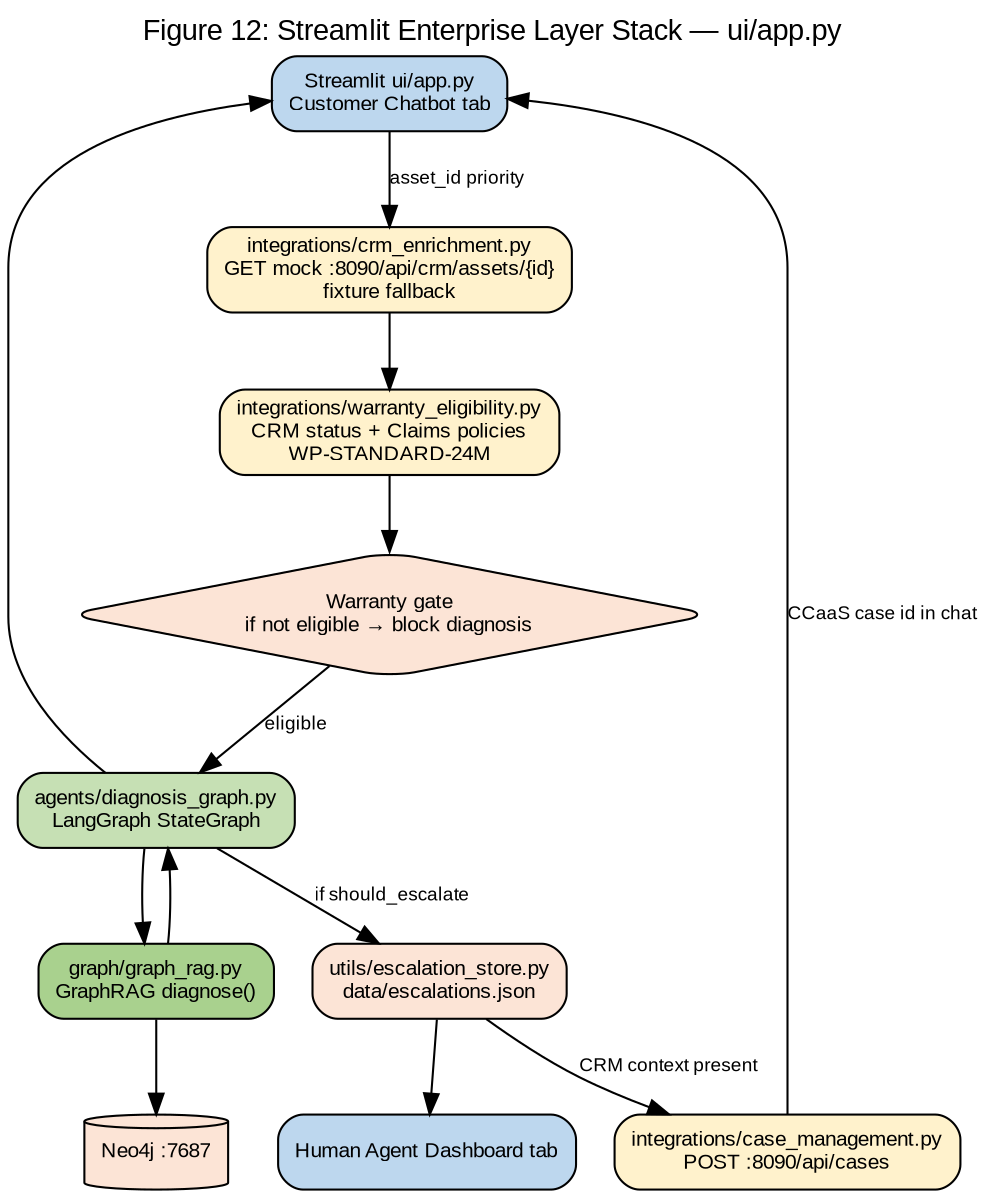
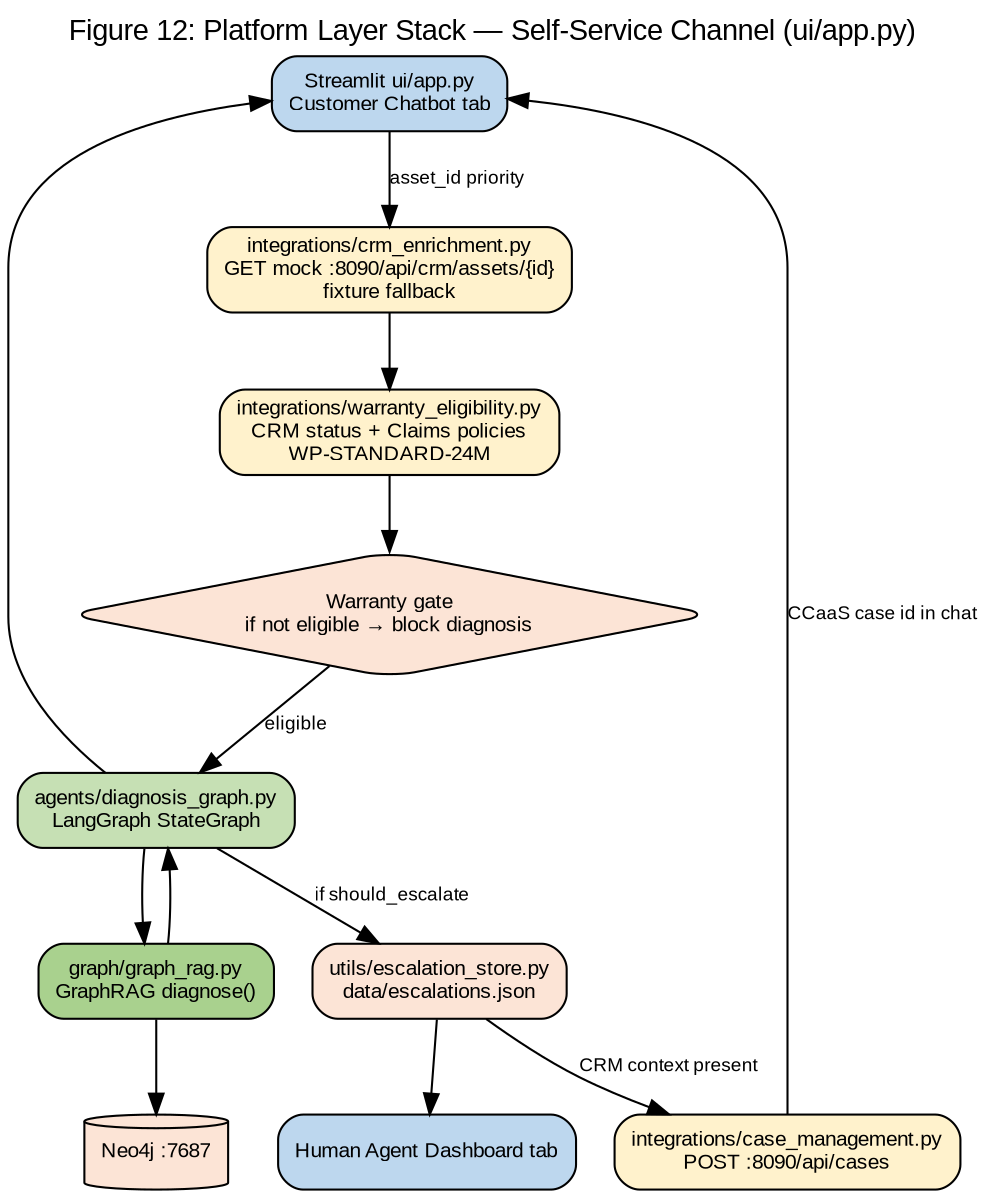
// Figure 12: Streamlit UI enterprise layer stack (ui/app.py)
digraph StreamlitEnterpriseLayers {
  graph [
    rankdir=TB
-     label="Figure 12: Streamlit Enterprise Layer Stack — ui/app.py"
+     label="Figure 12: Platform Layer Stack — Self-Service Channel (ui/app.py)"
    labelloc=t
    fontsize=14
    fontname="Arial"
    bgcolor="white"
  ]
  node [shape=box, style="rounded,filled", fontname="Arial", fontsize=10]
  edge [fontname="Arial", fontsize=9]

  UI [label="Streamlit ui/app.py\nCustomer Chatbot tab", fillcolor="#BDD7EE"]

  CRM [label="integrations/crm_enrichment.py\nGET mock :8090/api/crm/assets/{id}\nfixture fallback", fillcolor="#FFF2CC"]
  WAR [label="integrations/warranty_eligibility.py\nCRM status + Claims policies\nWP-STANDARD-24M", fillcolor="#FFF2CC"]
  GATE [label="Warranty gate\nif not eligible → block diagnosis", shape=diamond, fillcolor="#FCE4D6"]

  LG [label="agents/diagnosis_graph.py\nLangGraph StateGraph", fillcolor="#C6E0B4"]
  GR [label="graph/graph_rag.py\nGraphRAG diagnose()", fillcolor="#A9D18E"]
  NEO [label="Neo4j :7687", shape=cylinder, fillcolor="#FCE4D6"]

  ESC [label="utils/escalation_store.py\ndata/escalations.json", fillcolor="#FCE4D6"]
  CC [label="integrations/case_management.py\nPOST :8090/api/cases", fillcolor="#FFF2CC"]
  DASH [label="Human Agent Dashboard tab", fillcolor="#BDD7EE"]

  UI -> CRM [label="asset_id priority"]
  CRM -> WAR
  WAR -> GATE
  GATE -> LG [label="eligible"]
  LG -> GR
  GR -> NEO
  GR -> LG
  LG -> ESC [label="if should_escalate"]
  LG -> UI
  ESC -> CC [label="CRM context present"]
  ESC -> DASH
  CC -> UI [label="CCaaS case id in chat"]
}